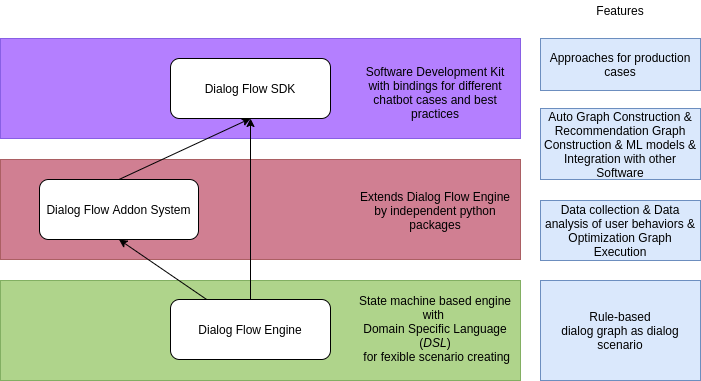
deeppavlovteam/dialog_flow_framework keeps this draw.io diagram as images/dff_stack.png. Above is the earlier version. Source tidied: cells renumbered, new cells last; positions are measured from the earlier drawing's top-left corner, leaving out a move shared by most shapes. Its diagram source:
```xml
<mxGraphModel>
  <root>
    <mxCell id="0" />
    <mxCell id="1" parent="0" />
    <mxCell id="2" value="&lt;span&gt;Rule-based&lt;/span&gt;&lt;br&gt;&lt;span&gt;dialog graph as dialog scenario&lt;/span&gt;" style="rounded=0;whiteSpace=wrap;html=1;fillColor=#dae8fc;strokeColor=#6c8ebf;" parent="1" vertex="1">
      <mxGeometry x="540" y="280" width="160" height="100" as="geometry" />
    </mxCell>
    <mxCell id="3" style="rounded=0;whiteSpace=wrap;html=1;opacity=50;fillColor=#6a00ff;strokeColor=#3700CC;fontColor=#ffffff;" parent="1" vertex="1">
      <mxGeometry y="38" width="520" height="100" as="geometry" />
    </mxCell>
    <mxCell id="4" style="rounded=0;whiteSpace=wrap;html=1;opacity=50;fillColor=#a20025;strokeColor=#6F0000;fontColor=#ffffff;" parent="1" vertex="1">
      <mxGeometry y="159" width="520" height="100" as="geometry" />
    </mxCell>
    <mxCell id="5" style="rounded=0;whiteSpace=wrap;html=1;opacity=50;fillColor=#60a917;strokeColor=#2D7600;fontColor=#ffffff;" parent="1" vertex="1">
      <mxGeometry y="280" width="520" height="100" as="geometry" />
    </mxCell>
    <mxCell id="6" style="edgeStyle=none;html=1;entryX=0.5;entryY=1;entryDx=0;entryDy=0;" parent="1" edge="1" source="8" target="10">
      <mxGeometry relative="1" as="geometry" />
    </mxCell>
    <mxCell id="7" style="edgeStyle=none;html=1;exitX=0.5;exitY=0;exitDx=0;exitDy=0;entryX=0.5;entryY=1;entryDx=0;entryDy=0;" parent="1" edge="1" source="8" target="11">
      <mxGeometry relative="1" as="geometry" />
    </mxCell>
    <mxCell id="8" value="Dialog Flow Engine" style="rounded=1;whiteSpace=wrap;html=1;" parent="1" vertex="1">
      <mxGeometry x="170" y="299" width="160" height="60" as="geometry" />
    </mxCell>
    <mxCell id="9" style="edgeStyle=none;html=1;exitX=0.5;exitY=0;exitDx=0;exitDy=0;entryX=0.5;entryY=1;entryDx=0;entryDy=0;" parent="1" edge="1" source="10" target="11">
      <mxGeometry relative="1" as="geometry" />
    </mxCell>
    <mxCell id="10" value="Dialog Flow Addon System" style="rounded=1;whiteSpace=wrap;html=1;" parent="1" vertex="1">
      <mxGeometry x="39" y="179" width="159" height="60" as="geometry" />
    </mxCell>
    <mxCell id="11" value="Dialog Flow SDK" style="rounded=1;whiteSpace=wrap;html=1;" parent="1" vertex="1">
      <mxGeometry x="170" y="58" width="160" height="60" as="geometry" />
    </mxCell>
    <mxCell id="12" value="&lt;span class=&quot;text&quot; lang=&quot;en&quot;&gt;&lt;span class=&quot;VIiyi&quot; lang=&quot;en&quot;&gt;&lt;span class=&quot;JLqJ4b ChMk0b&quot;&gt;&lt;span&gt;State machine based engine with&amp;nbsp;&lt;/span&gt;&lt;/span&gt;&lt;/span&gt;&lt;br&gt;Domain Specific Language (&lt;em&gt;DSL&lt;/em&gt;)&lt;br&gt;&amp;nbsp;for fexible scenario creating&lt;br&gt;&amp;nbsp;&lt;/span&gt;" style="text;html=1;strokeColor=none;fillColor=none;align=center;verticalAlign=middle;whiteSpace=wrap;rounded=0;opacity=50;" parent="1" vertex="1">
      <mxGeometry x="350" y="295" width="170" height="80" as="geometry" />
    </mxCell>
    <mxCell id="13" value="Extends Dialog Flow Engine by&amp;nbsp;&lt;span class=&quot;VIiyi&quot; lang=&quot;en&quot;&gt;independent python packages&lt;/span&gt;" style="text;html=1;strokeColor=none;fillColor=none;align=center;verticalAlign=middle;whiteSpace=wrap;rounded=0;opacity=50;" parent="1" vertex="1">
      <mxGeometry x="350" y="170" width="170" height="80" as="geometry" />
    </mxCell>
    <mxCell id="14" value="Software Development Kit&lt;br&gt;with bindings for different chatbot cases and best practices" style="text;html=1;strokeColor=none;fillColor=none;align=center;verticalAlign=middle;whiteSpace=wrap;rounded=0;opacity=50;" parent="1" vertex="1">
      <mxGeometry x="350" y="52" width="170" height="80" as="geometry" />
    </mxCell>
    <mxCell id="15" value="Features" style="text;html=1;strokeColor=none;fillColor=none;align=center;verticalAlign=middle;whiteSpace=wrap;rounded=0;" parent="1" vertex="1">
      <mxGeometry x="540" width="160" height="20" as="geometry" />
    </mxCell>
    <mxCell id="16" value="Data collection &amp;amp; Data analysis of user behaviors &amp;amp; Optimization Graph Execution" style="rounded=0;whiteSpace=wrap;html=1;fillColor=#dae8fc;strokeColor=#6c8ebf;" parent="1" vertex="1">
      <mxGeometry x="540" y="200" width="160" height="60" as="geometry" />
    </mxCell>
    <mxCell id="17" value="Auto Graph Construction &amp;amp; Recommendation Graph Construction &amp;amp; ML models &amp;amp; Integration with other Software" style="rounded=0;whiteSpace=wrap;html=1;fillColor=#dae8fc;strokeColor=#6c8ebf;" parent="1" vertex="1">
      <mxGeometry x="540" y="108" width="160" height="71" as="geometry" />
    </mxCell>
    <mxCell id="18" value="Approaches for production cases" style="rounded=0;whiteSpace=wrap;html=1;fillColor=#dae8fc;strokeColor=#6c8ebf;" parent="1" vertex="1">
      <mxGeometry x="540" y="38" width="160" height="52" as="geometry" />
    </mxCell>
  </root>
</mxGraphModel>
```
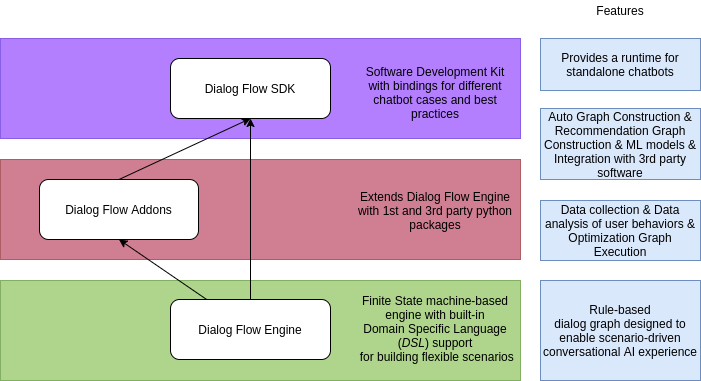
Above is the later version.

Commit message:
main: upd of imgs

What changed in the source:
```diff
@@ -2,7 +2,7 @@
   <root>
     <mxCell id="0" />
     <mxCell id="1" parent="0" />
-    <mxCell id="2" value="&lt;span&gt;Rule-based&lt;/span&gt;&lt;br&gt;&lt;span&gt;dialog graph as dialog scenario&lt;/span&gt;" style="rounded=0;whiteSpace=wrap;html=1;fillColor=#dae8fc;strokeColor=#6c8ebf;" parent="1" vertex="1">
+    <mxCell id="2" value="&lt;span&gt;Rule-based&lt;/span&gt;&lt;br&gt;&lt;span&gt;dialog graph designed to enable scenario-driven conversational AI experience&lt;/span&gt;" style="rounded=0;whiteSpace=wrap;html=1;fillColor=#dae8fc;strokeColor=#6c8ebf;" parent="1" vertex="1">
       <mxGeometry x="540" y="280" width="160" height="100" as="geometry" />
     </mxCell>
     <mxCell id="3" style="rounded=0;whiteSpace=wrap;html=1;opacity=50;fillColor=#6a00ff;strokeColor=#3700CC;fontColor=#ffffff;" parent="1" vertex="1">
@@ -26,16 +26,16 @@
     <mxCell id="9" style="edgeStyle=none;html=1;exitX=0.5;exitY=0;exitDx=0;exitDy=0;entryX=0.5;entryY=1;entryDx=0;entryDy=0;" parent="1" edge="1" source="10" target="11">
       <mxGeometry relative="1" as="geometry" />
     </mxCell>
-    <mxCell id="10" value="Dialog Flow Addon System" style="rounded=1;whiteSpace=wrap;html=1;" parent="1" vertex="1">
+    <mxCell id="10" value="Dialog Flow Addons" style="rounded=1;whiteSpace=wrap;html=1;" parent="1" vertex="1">
       <mxGeometry x="39" y="179" width="159" height="60" as="geometry" />
     </mxCell>
     <mxCell id="11" value="Dialog Flow SDK" style="rounded=1;whiteSpace=wrap;html=1;" parent="1" vertex="1">
       <mxGeometry x="170" y="58" width="160" height="60" as="geometry" />
     </mxCell>
-    <mxCell id="12" value="&lt;span class=&quot;text&quot; lang=&quot;en&quot;&gt;&lt;span class=&quot;VIiyi&quot; lang=&quot;en&quot;&gt;&lt;span class=&quot;JLqJ4b ChMk0b&quot;&gt;&lt;span&gt;State machine based engine with&amp;nbsp;&lt;/span&gt;&lt;/span&gt;&lt;/span&gt;&lt;br&gt;Domain Specific Language (&lt;em&gt;DSL&lt;/em&gt;)&lt;br&gt;&amp;nbsp;for fexible scenario creating&lt;br&gt;&amp;nbsp;&lt;/span&gt;" style="text;html=1;strokeColor=none;fillColor=none;align=center;verticalAlign=middle;whiteSpace=wrap;rounded=0;opacity=50;" parent="1" vertex="1">
+    <mxCell id="12" value="&lt;span class=&quot;text&quot; lang=&quot;en&quot;&gt;&lt;span class=&quot;VIiyi&quot; lang=&quot;en&quot;&gt;&lt;span class=&quot;JLqJ4b ChMk0b&quot;&gt;&lt;span&gt;Finite State machine-based engine with built-in&lt;/span&gt;&lt;/span&gt;&lt;/span&gt;&lt;br&gt;Domain Specific Language (&lt;em&gt;DSL&lt;/em&gt;) support&lt;br&gt;&amp;nbsp;for building flexible scenarios&lt;br&gt;&amp;nbsp;&lt;/span&gt;" style="text;html=1;strokeColor=none;fillColor=none;align=center;verticalAlign=middle;whiteSpace=wrap;rounded=0;opacity=50;" parent="1" vertex="1">
       <mxGeometry x="350" y="295" width="170" height="80" as="geometry" />
     </mxCell>
-    <mxCell id="13" value="Extends Dialog Flow Engine by&amp;nbsp;&lt;span class=&quot;VIiyi&quot; lang=&quot;en&quot;&gt;independent python packages&lt;/span&gt;" style="text;html=1;strokeColor=none;fillColor=none;align=center;verticalAlign=middle;whiteSpace=wrap;rounded=0;opacity=50;" parent="1" vertex="1">
+    <mxCell id="13" value="Extends Dialog Flow Engine with&amp;nbsp;&lt;span class=&quot;VIiyi&quot; lang=&quot;en&quot;&gt;1st and 3rd party python packages&lt;/span&gt;" style="text;html=1;strokeColor=none;fillColor=none;align=center;verticalAlign=middle;whiteSpace=wrap;rounded=0;opacity=50;" parent="1" vertex="1">
       <mxGeometry x="350" y="170" width="170" height="80" as="geometry" />
     </mxCell>
     <mxCell id="14" value="Software Development Kit&lt;br&gt;with bindings for different chatbot cases and best practices" style="text;html=1;strokeColor=none;fillColor=none;align=center;verticalAlign=middle;whiteSpace=wrap;rounded=0;opacity=50;" parent="1" vertex="1">
@@ -47,10 +47,10 @@
     <mxCell id="16" value="Data collection &amp;amp; Data analysis of user behaviors &amp;amp; Optimization Graph Execution" style="rounded=0;whiteSpace=wrap;html=1;fillColor=#dae8fc;strokeColor=#6c8ebf;" parent="1" vertex="1">
       <mxGeometry x="540" y="200" width="160" height="60" as="geometry" />
     </mxCell>
-    <mxCell id="17" value="Auto Graph Construction &amp;amp; Recommendation Graph Construction &amp;amp; ML models &amp;amp; Integration with other Software" style="rounded=0;whiteSpace=wrap;html=1;fillColor=#dae8fc;strokeColor=#6c8ebf;" parent="1" vertex="1">
+    <mxCell id="17" value="Auto Graph Construction &amp;amp; Recommendation Graph Construction &amp;amp; ML models &amp;amp; Integration with 3rd party software" style="rounded=0;whiteSpace=wrap;html=1;fillColor=#dae8fc;strokeColor=#6c8ebf;" parent="1" vertex="1">
       <mxGeometry x="540" y="108" width="160" height="71" as="geometry" />
     </mxCell>
-    <mxCell id="18" value="Approaches for production cases" style="rounded=0;whiteSpace=wrap;html=1;fillColor=#dae8fc;strokeColor=#6c8ebf;" parent="1" vertex="1">
+    <mxCell id="18" value="Provides a runtime for standalone chatbots" style="rounded=0;whiteSpace=wrap;html=1;fillColor=#dae8fc;strokeColor=#6c8ebf;" parent="1" vertex="1">
       <mxGeometry x="540" y="38" width="160" height="52" as="geometry" />
     </mxCell>
   </root>
```
